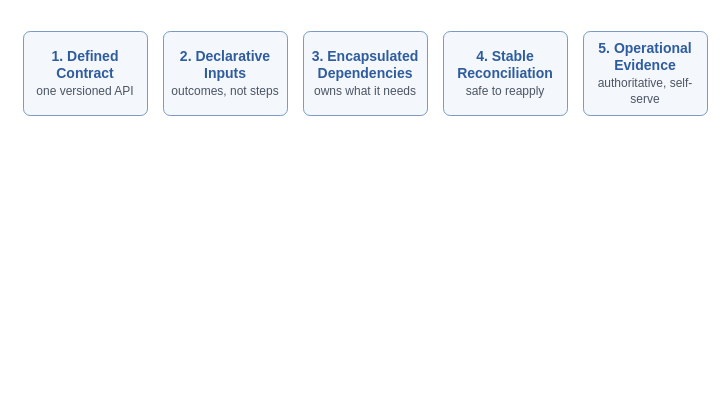
missBerg/platform-capabilities keeps this draw.io diagram as diagrams/factors-overview.drawio. Above is the earlier version. Source tidied: cells renumbered, new cells numbered last; positions are measured from the earlier drawing's top-left corner, leaving out a move shared by most shapes. Both pictures are drawn from the tidied source at 100%, with x=0, y=0 at pixel (23, 31). Pictures stored in the file or linked from it are replaced by grey dashed boxes.
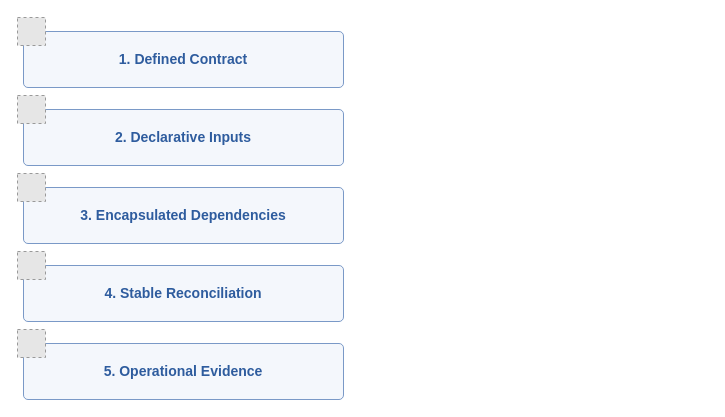
The same page after the edit.

Diff of the diagram source:
```diff
@@
 <mxGraphModel>
   <root>
     <mxCell id="0" />
     <mxCell id="1" parent="0" />
-    <mxCell id="2" value="&lt;b&gt;1. Defined Contract&lt;/b&gt;&lt;br&gt;&lt;font style=&quot;font-size: 12px&quot; color=&quot;#4B5563&quot;&gt;one versioned API&lt;/font&gt;" style="rounded=1;whiteSpace=wrap;html=1;arcSize=8;fillColor=#F4F7FC;strokeColor=#7A99C7;strokeWidth=1;fontColor=#2E5C9E;fontFamily=Helvetica;fontSize=14;align=center;verticalAlign=middle;shadow=0;" parent="1" vertex="1">
-      <mxGeometry width="124" height="84" as="geometry" />
+    <mxCell id="2" value="&lt;b&gt;1. Defined Contract&lt;/b&gt;" style="rounded=1;whiteSpace=wrap;html=1;arcSize=8;fillColor=#F4F7FC;strokeColor=#7A99C7;strokeWidth=1;fontColor=#2E5C9E;fontFamily=Helvetica;fontSize=14;align=center;verticalAlign=middle;shadow=0;" parent="1" vertex="1">
+      <mxGeometry width="320" height="56" as="geometry" />
     </mxCell>
+    <mxCell id="7" style="fillColor=#E6E6E6;strokeColor=#999999;dashed=1;verticalLabelPosition=bottom;verticalAlign=top;align=center;fontFamily=Helvetica;fontSize=14;fontColor=#1F3A68;" parent="1" vertex="1">
+      <mxGeometry x="-6" y="-14" width="28" height="28" as="geometry" />
+    </mxCell>
-    <mxCell id="3" value="&lt;b&gt;2. Declarative Inputs&lt;/b&gt;&lt;br&gt;&lt;font style=&quot;font-size: 12px&quot; color=&quot;#4B5563&quot;&gt;outcomes, not steps&lt;/font&gt;" style="rounded=1;whiteSpace=wrap;html=1;arcSize=8;fillColor=#F4F7FC;strokeColor=#7A99C7;strokeWidth=1;fontColor=#2E5C9E;fontFamily=Helvetica;fontSize=14;align=center;verticalAlign=middle;shadow=0;" parent="1" vertex="1">
-      <mxGeometry x="140" width="124" height="84" as="geometry" />
+    <mxCell id="3" value="&lt;b&gt;2. Declarative Inputs&lt;/b&gt;" style="rounded=1;whiteSpace=wrap;html=1;arcSize=8;fillColor=#F4F7FC;strokeColor=#7A99C7;strokeWidth=1;fontColor=#2E5C9E;fontFamily=Helvetica;fontSize=14;align=center;verticalAlign=middle;shadow=0;" parent="1" vertex="1">
+      <mxGeometry y="78" width="320" height="56" as="geometry" />
     </mxCell>
+    <mxCell id="8" style="fillColor=#E6E6E6;strokeColor=#999999;dashed=1;verticalLabelPosition=bottom;verticalAlign=top;align=center;fontFamily=Helvetica;fontSize=14;fontColor=#1F3A68;" parent="1" vertex="1">
+      <mxGeometry x="-6" y="64" width="28" height="28" as="geometry" />
+    </mxCell>
-    <mxCell id="4" value="&lt;b&gt;3. Encapsulated Dependencies&lt;/b&gt;&lt;br&gt;&lt;font style=&quot;font-size: 12px&quot; color=&quot;#4B5563&quot;&gt;owns what it needs&lt;/font&gt;" style="rounded=1;whiteSpace=wrap;html=1;arcSize=8;fillColor=#F4F7FC;strokeColor=#7A99C7;strokeWidth=1;fontColor=#2E5C9E;fontFamily=Helvetica;fontSize=14;align=center;verticalAlign=middle;shadow=0;" parent="1" vertex="1">
-      <mxGeometry x="280" width="124" height="84" as="geometry" />
+    <mxCell id="4" value="&lt;b&gt;3. Encapsulated Dependencies&lt;/b&gt;" style="rounded=1;whiteSpace=wrap;html=1;arcSize=8;fillColor=#F4F7FC;strokeColor=#7A99C7;strokeWidth=1;fontColor=#2E5C9E;fontFamily=Helvetica;fontSize=14;align=center;verticalAlign=middle;shadow=0;" parent="1" vertex="1">
+      <mxGeometry y="156" width="320" height="56" as="geometry" />
     </mxCell>
+    <mxCell id="9" style="fillColor=#E6E6E6;strokeColor=#999999;dashed=1;verticalLabelPosition=bottom;verticalAlign=top;align=center;fontFamily=Helvetica;fontSize=14;fontColor=#1F3A68;" parent="1" vertex="1">
+      <mxGeometry x="-6" y="142" width="28" height="28" as="geometry" />
+    </mxCell>
-    <mxCell id="5" value="&lt;b&gt;4. Stable Reconciliation&lt;/b&gt;&lt;br&gt;&lt;font style=&quot;font-size: 12px&quot; color=&quot;#4B5563&quot;&gt;safe to reapply&lt;/font&gt;" style="rounded=1;whiteSpace=wrap;html=1;arcSize=8;fillColor=#F4F7FC;strokeColor=#7A99C7;strokeWidth=1;fontColor=#2E5C9E;fontFamily=Helvetica;fontSize=14;align=center;verticalAlign=middle;shadow=0;" parent="1" vertex="1">
-      <mxGeometry x="420" width="124" height="84" as="geometry" />
+    <mxCell id="5" value="&lt;b&gt;4. Stable Reconciliation&lt;/b&gt;" style="rounded=1;whiteSpace=wrap;html=1;arcSize=8;fillColor=#F4F7FC;strokeColor=#7A99C7;strokeWidth=1;fontColor=#2E5C9E;fontFamily=Helvetica;fontSize=14;align=center;verticalAlign=middle;shadow=0;" parent="1" vertex="1">
+      <mxGeometry y="234" width="320" height="56" as="geometry" />
     </mxCell>
+    <mxCell id="10" style="fillColor=#E6E6E6;strokeColor=#999999;dashed=1;verticalLabelPosition=bottom;verticalAlign=top;align=center;fontFamily=Helvetica;fontSize=14;fontColor=#1F3A68;" parent="1" vertex="1">
+      <mxGeometry x="-6" y="220" width="28" height="28" as="geometry" />
+    </mxCell>
-    <mxCell id="6" value="&lt;b&gt;5. Operational Evidence&lt;/b&gt;&lt;br&gt;&lt;font style=&quot;font-size: 12px&quot; color=&quot;#4B5563&quot;&gt;authoritative, self-serve&lt;/font&gt;" style="rounded=1;whiteSpace=wrap;html=1;arcSize=8;fillColor=#F4F7FC;strokeColor=#7A99C7;strokeWidth=1;fontColor=#2E5C9E;fontFamily=Helvetica;fontSize=14;align=center;verticalAlign=middle;shadow=0;" parent="1" vertex="1">
-      <mxGeometry x="560" width="124" height="84" as="geometry" />
+    <mxCell id="6" value="&lt;b&gt;5. Operational Evidence&lt;/b&gt;" style="rounded=1;whiteSpace=wrap;html=1;arcSize=8;fillColor=#F4F7FC;strokeColor=#7A99C7;strokeWidth=1;fontColor=#2E5C9E;fontFamily=Helvetica;fontSize=14;align=center;verticalAlign=middle;shadow=0;" parent="1" vertex="1">
+      <mxGeometry y="312" width="320" height="56" as="geometry" />
     </mxCell>
+    <mxCell id="11" style="fillColor=#E6E6E6;strokeColor=#999999;dashed=1;verticalLabelPosition=bottom;verticalAlign=top;align=center;fontFamily=Helvetica;fontSize=14;fontColor=#1F3A68;" parent="1" vertex="1">
+      <mxGeometry x="-6" y="298" width="28" height="28" as="geometry" />
+    </mxCell>
   </root>
 </mxGraphModel>
```
